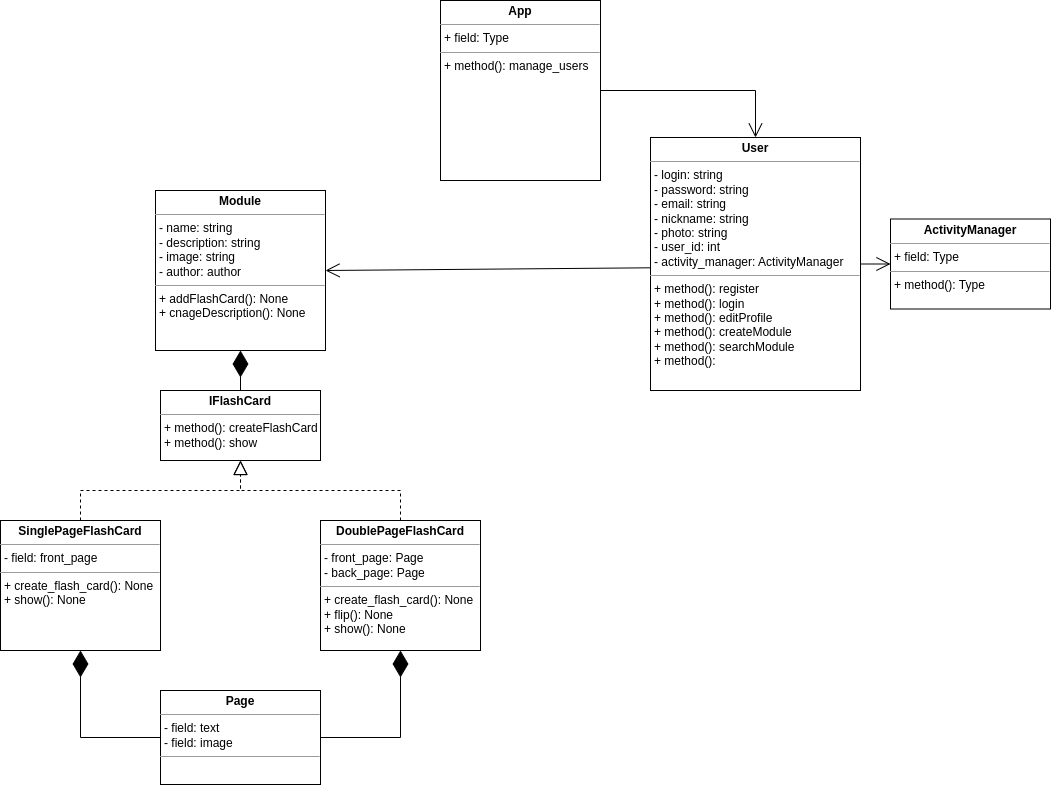
This is ProjectClassDiagram.drawio.png from andrw04/oop-project-2023, a draw.io export, as it was before one commit. Source tidied: cells renumbered, new cells last; positions are measured from the earlier drawing's top-left corner, leaving out a move shared by most shapes.
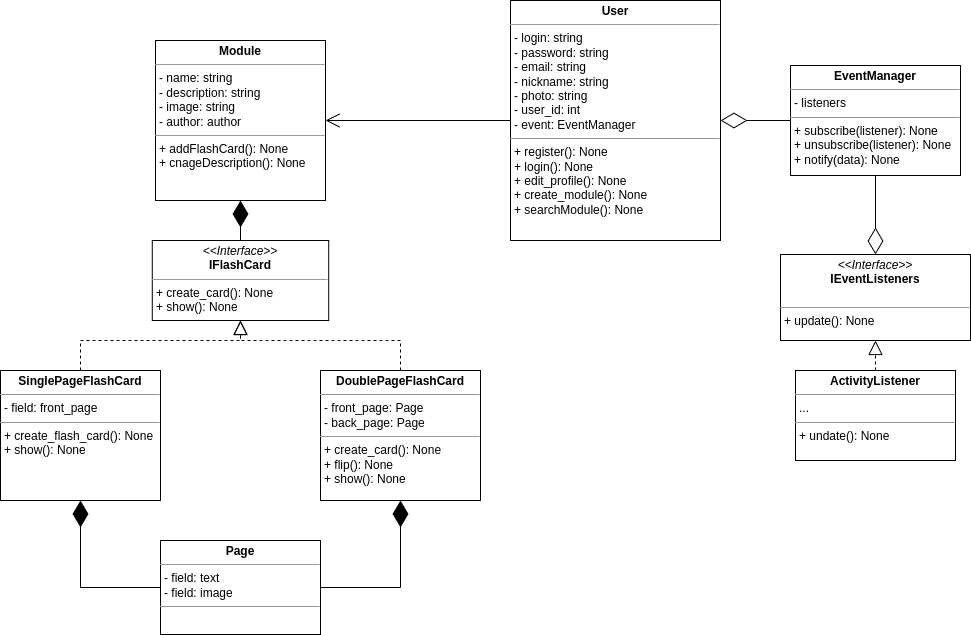
After the commit.

Commit message:
Added viewer to class-diagram

What changed in the source:
```diff
@@ -2,28 +2,22 @@
   <root>
     <mxCell id="0" />
     <mxCell id="1" parent="0" />
-    <mxCell id="2" value="&lt;p style=&quot;margin:0px;margin-top:4px;text-align:center;&quot;&gt;&lt;b&gt;IFlashCard&lt;/b&gt;&lt;/p&gt;&lt;hr size=&quot;1&quot;&gt;&lt;p style=&quot;margin:0px;margin-left:4px;&quot;&gt;+ method(): createFlashCard&lt;/p&gt;&lt;p style=&quot;margin:0px;margin-left:4px;&quot;&gt;+ method(): show&lt;/p&gt;" style="verticalAlign=top;align=left;overflow=fill;fontSize=12;fontFamily=Helvetica;html=1;whiteSpace=wrap;" parent="1" vertex="1">
-      <mxGeometry x="160" y="390" width="160" height="70" as="geometry" />
-    </mxCell>
     <mxCell id="3" value="&lt;p style=&quot;margin:0px;margin-top:4px;text-align:center;&quot;&gt;&lt;b&gt;SinglePageFlashCard&lt;/b&gt;&lt;br&gt;&lt;/p&gt;&lt;hr size=&quot;1&quot;&gt;&lt;p style=&quot;margin:0px;margin-left:4px;&quot;&gt;- field: front_page&lt;/p&gt;&lt;hr size=&quot;1&quot;&gt;&lt;p style=&quot;margin:0px;margin-left:4px;&quot;&gt;+ create_flash_card(): None&lt;/p&gt;&lt;p style=&quot;margin:0px;margin-left:4px;&quot;&gt;+ show(): None&lt;/p&gt;" style="verticalAlign=top;align=left;overflow=fill;fontSize=12;fontFamily=Helvetica;html=1;whiteSpace=wrap;" parent="1" vertex="1">
       <mxGeometry y="520" width="160" height="130" as="geometry" />
     </mxCell>
-    <mxCell id="4" value="&lt;p style=&quot;margin:0px;margin-top:4px;text-align:center;&quot;&gt;&lt;b&gt;DoublePageFlashCard&lt;/b&gt;&lt;br&gt;&lt;/p&gt;&lt;hr size=&quot;1&quot;&gt;&lt;p style=&quot;margin:0px;margin-left:4px;&quot;&gt;- front_page: Page&lt;br&gt;- back_page: Page&lt;/p&gt;&lt;hr size=&quot;1&quot;&gt;&lt;p style=&quot;margin:0px;margin-left:4px;&quot;&gt;+ create_flash_card(): None&amp;nbsp;&lt;/p&gt;&lt;p style=&quot;margin:0px;margin-left:4px;&quot;&gt;+ flip(): None&lt;/p&gt;&lt;p style=&quot;margin:0px;margin-left:4px;&quot;&gt;+ show(): None&lt;/p&gt;" style="verticalAlign=top;align=left;overflow=fill;fontSize=12;fontFamily=Helvetica;html=1;whiteSpace=wrap;" parent="1" vertex="1">
+    <mxCell id="4" value="&lt;p style=&quot;margin:0px;margin-top:4px;text-align:center;&quot;&gt;&lt;b&gt;DoublePageFlashCard&lt;/b&gt;&lt;br&gt;&lt;/p&gt;&lt;hr size=&quot;1&quot;&gt;&lt;p style=&quot;margin:0px;margin-left:4px;&quot;&gt;- front_page: Page&lt;br&gt;- back_page: Page&lt;/p&gt;&lt;hr size=&quot;1&quot;&gt;&lt;p style=&quot;margin:0px;margin-left:4px;&quot;&gt;+ create_card(): None&amp;nbsp;&lt;/p&gt;&lt;p style=&quot;margin:0px;margin-left:4px;&quot;&gt;+ flip(): None&lt;/p&gt;&lt;p style=&quot;margin:0px;margin-left:4px;&quot;&gt;+ show(): None&lt;/p&gt;" style="verticalAlign=top;align=left;overflow=fill;fontSize=12;fontFamily=Helvetica;html=1;whiteSpace=wrap;" parent="1" vertex="1">
       <mxGeometry x="320" y="520" width="160" height="130" as="geometry" />
     </mxCell>
-    <mxCell id="5" value="&lt;p style=&quot;margin:0px;margin-top:4px;text-align:center;&quot;&gt;&lt;b&gt;User&lt;/b&gt;&lt;br&gt;&lt;/p&gt;&lt;hr size=&quot;1&quot;&gt;&lt;p style=&quot;margin:0px;margin-left:4px;&quot;&gt;- login: string&lt;br&gt;- password: string&lt;/p&gt;&lt;p style=&quot;margin:0px;margin-left:4px;&quot;&gt;- email: string&lt;/p&gt;&lt;p style=&quot;margin:0px;margin-left:4px;&quot;&gt;- nickname: string&lt;/p&gt;&lt;p style=&quot;margin:0px;margin-left:4px;&quot;&gt;- photo: string&lt;br&gt;- user_id: int&lt;/p&gt;&lt;p style=&quot;margin:0px;margin-left:4px;&quot;&gt;- activity_manager: ActivityManager&lt;/p&gt;&lt;hr size=&quot;1&quot;&gt;&lt;p style=&quot;margin:0px;margin-left:4px;&quot;&gt;+ method(): register&lt;/p&gt;&lt;p style=&quot;margin:0px;margin-left:4px;&quot;&gt;+ method(): login&lt;/p&gt;&lt;p style=&quot;margin:0px;margin-left:4px;&quot;&gt;+ method(): editProfile&lt;/p&gt;&lt;p style=&quot;margin:0px;margin-left:4px;&quot;&gt;+ method(): createModule&lt;/p&gt;&lt;p style=&quot;margin:0px;margin-left:4px;&quot;&gt;+ method(): searchModule&lt;/p&gt;&lt;p style=&quot;margin:0px;margin-left:4px;&quot;&gt;+ method():&lt;/p&gt;" style="verticalAlign=top;align=left;overflow=fill;fontSize=12;fontFamily=Helvetica;html=1;whiteSpace=wrap;" parent="1" vertex="1">
-      <mxGeometry x="650" y="137" width="210" height="253" as="geometry" />
+    <mxCell id="5" value="&lt;p style=&quot;margin:0px;margin-top:4px;text-align:center;&quot;&gt;&lt;b&gt;User&lt;/b&gt;&lt;br&gt;&lt;/p&gt;&lt;hr size=&quot;1&quot;&gt;&lt;p style=&quot;margin:0px;margin-left:4px;&quot;&gt;- login: string&lt;br&gt;- password: string&lt;/p&gt;&lt;p style=&quot;margin:0px;margin-left:4px;&quot;&gt;- email: string&lt;/p&gt;&lt;p style=&quot;margin:0px;margin-left:4px;&quot;&gt;- nickname: string&lt;/p&gt;&lt;p style=&quot;margin:0px;margin-left:4px;&quot;&gt;- photo: string&lt;br&gt;- user_id: int&lt;/p&gt;&lt;p style=&quot;margin:0px;margin-left:4px;&quot;&gt;- event: EventManager&lt;/p&gt;&lt;hr size=&quot;1&quot;&gt;&lt;p style=&quot;margin:0px;margin-left:4px;&quot;&gt;+ register(): None&lt;/p&gt;&lt;p style=&quot;margin:0px;margin-left:4px;&quot;&gt;+ login(): None&lt;/p&gt;&lt;p style=&quot;margin:0px;margin-left:4px;&quot;&gt;+ edit_profile(): None&lt;/p&gt;&lt;p style=&quot;margin:0px;margin-left:4px;&quot;&gt;+ create_module(): None&lt;/p&gt;&lt;p style=&quot;margin:0px;margin-left:4px;&quot;&gt;+ searchModule(): None&lt;/p&gt;" style="verticalAlign=top;align=left;overflow=fill;fontSize=12;fontFamily=Helvetica;html=1;whiteSpace=wrap;" parent="1" vertex="1">
+      <mxGeometry x="510" y="150" width="210" height="240" as="geometry" />
     </mxCell>
-    <mxCell id="6" value="&lt;p style=&quot;margin:0px;margin-top:4px;text-align:center;&quot;&gt;&lt;b&gt;App&lt;/b&gt;&lt;br&gt;&lt;/p&gt;&lt;hr size=&quot;1&quot;&gt;&lt;p style=&quot;margin:0px;margin-left:4px;&quot;&gt;+ field: Type&lt;/p&gt;&lt;hr size=&quot;1&quot;&gt;&lt;p style=&quot;margin:0px;margin-left:4px;&quot;&gt;+ method(): manage_users&lt;/p&gt;" style="verticalAlign=top;align=left;overflow=fill;fontSize=12;fontFamily=Helvetica;html=1;whiteSpace=wrap;" parent="1" vertex="1">
-      <mxGeometry x="440" width="160" height="180" as="geometry" />
-    </mxCell>
     <mxCell id="7" value="&lt;p style=&quot;margin:0px;margin-top:4px;text-align:center;&quot;&gt;&lt;b&gt;Module&lt;/b&gt;&lt;/p&gt;&lt;hr size=&quot;1&quot;&gt;&lt;p style=&quot;margin:0px;margin-left:4px;&quot;&gt;- name: string&lt;br&gt;- description: string&lt;/p&gt;&lt;p style=&quot;margin:0px;margin-left:4px;&quot;&gt;- image: string&lt;/p&gt;&lt;p style=&quot;margin:0px;margin-left:4px;&quot;&gt;- author: author&lt;/p&gt;&lt;hr size=&quot;1&quot;&gt;&lt;p style=&quot;margin:0px;margin-left:4px;&quot;&gt;+ addFlashCard(): None&lt;/p&gt;&lt;p style=&quot;margin:0px;margin-left:4px;&quot;&gt;+ cnageDescription(): None&lt;/p&gt;" style="verticalAlign=top;align=left;overflow=fill;fontSize=12;fontFamily=Helvetica;html=1;whiteSpace=wrap;" parent="1" vertex="1">
       <mxGeometry x="155" y="190" width="170" height="160" as="geometry" />
     </mxCell>
     <mxCell id="8" value="&lt;p style=&quot;margin:0px;margin-top:4px;text-align:center;&quot;&gt;&lt;b&gt;Page&lt;/b&gt;&lt;/p&gt;&lt;hr size=&quot;1&quot;&gt;&lt;p style=&quot;margin:0px;margin-left:4px;&quot;&gt;- field: text&lt;br&gt;- field: image&lt;/p&gt;&lt;hr size=&quot;1&quot;&gt;&lt;p style=&quot;margin:0px;margin-left:4px;&quot;&gt;&lt;br&gt;&lt;/p&gt;" style="verticalAlign=top;align=left;overflow=fill;fontSize=12;fontFamily=Helvetica;html=1;whiteSpace=wrap;" parent="1" vertex="1">
       <mxGeometry x="160" y="690" width="160" height="94" as="geometry" />
     </mxCell>
-    <mxCell id="9" style="endArrow=block;dashed=1;endFill=0;endSize=12;html=1;rounded=0;exitX=0.5;exitY=0;exitDx=0;exitDy=0;entryX=0.5;entryY=1;entryDx=0;entryDy=0;" parent="1" edge="1" source="4" target="2">
+    <mxCell id="9" style="endArrow=block;dashed=1;endFill=0;endSize=12;html=1;rounded=0;exitX=0.5;exitY=0;exitDx=0;exitDy=0;entryX=0.5;entryY=1;entryDx=0;entryDy=0;" parent="1" edge="1" source="4" target="19">
       <mxGeometry relative="1" as="geometry">
         <Array as="points">
           <mxPoint x="400" y="490" />
@@ -31,7 +25,7 @@
         </Array>
       </mxGeometry>
     </mxCell>
-    <mxCell id="10" style="endArrow=block;dashed=1;endFill=0;endSize=12;html=1;rounded=0;exitX=0.5;exitY=0;exitDx=0;exitDy=0;entryX=0.5;entryY=1;entryDx=0;entryDy=0;" parent="1" edge="1" source="3" target="2">
+    <mxCell id="10" style="endArrow=block;dashed=1;endFill=0;endSize=12;html=1;rounded=0;exitX=0.5;exitY=0;exitDx=0;exitDy=0;entryX=0.5;entryY=1;entryDx=0;entryDy=0;" parent="1" edge="1" source="3" target="19">
       <mxGeometry relative="1" as="geometry">
         <Array as="points">
           <mxPoint x="80" y="490" />
@@ -39,7 +33,7 @@
         </Array>
       </mxGeometry>
     </mxCell>
-    <mxCell id="11" style="endArrow=diamondThin;endFill=1;endSize=24;html=1;rounded=0;exitX=0.5;exitY=0;exitDx=0;exitDy=0;entryX=0.5;entryY=1;entryDx=0;entryDy=0;" parent="1" edge="1" source="2" target="7">
+    <mxCell id="11" style="endArrow=diamondThin;endFill=1;endSize=24;html=1;rounded=0;exitX=0.5;exitY=0;exitDx=0;exitDy=0;entryX=0.5;entryY=1;entryDx=0;entryDy=0;" parent="1" edge="1" source="19" target="7">
       <mxGeometry relative="1" as="geometry" />
     </mxCell>
     <mxCell id="12" style="endArrow=diamondThin;endFill=1;endSize=24;html=1;rounded=0;exitX=0;exitY=0.5;exitDx=0;exitDy=0;entryX=0.5;entryY=1;entryDx=0;entryDy=0;" parent="1" edge="1" source="8" target="3">
@@ -56,21 +50,31 @@
         </Array>
       </mxGeometry>
     </mxCell>
-    <mxCell id="14" style="endArrow=open;endFill=1;endSize=12;html=1;rounded=0;entryX=1;entryY=0.5;entryDx=0;entryDy=0;exitX=0;exitY=0.515;exitDx=0;exitDy=0;exitPerimeter=0;" parent="1" edge="1" source="5" target="7">
-      <mxGeometry relative="1" as="geometry" />
+    <mxCell id="14" style="endArrow=open;endFill=1;endSize=12;html=1;rounded=0;entryX=1;entryY=0.5;entryDx=0;entryDy=0;" parent="1" edge="1" target="7">
+      <mxGeometry relative="1" as="geometry">
+        <mxPoint x="510" y="270" as="sourcePoint" />
+      </mxGeometry>
     </mxCell>
-    <mxCell id="15" style="endArrow=open;endFill=1;endSize=12;html=1;rounded=0;exitX=1;exitY=0.5;exitDx=0;exitDy=0;entryX=0.5;entryY=0;entryDx=0;entryDy=0;" parent="1" edge="1" source="6" target="5">
-      <mxGeometry relative="1" as="geometry">
-        <Array as="points">
-          <mxPoint x="755" y="90" />
-        </Array>
-      </mxGeometry>
-    </mxCell>
-    <mxCell id="16" value="&lt;p style=&quot;margin:0px;margin-top:4px;text-align:center;&quot;&gt;&lt;b&gt;ActivityManager&lt;/b&gt;&lt;/p&gt;&lt;hr size=&quot;1&quot;&gt;&lt;p style=&quot;margin:0px;margin-left:4px;&quot;&gt;+ field: Type&lt;/p&gt;&lt;hr size=&quot;1&quot;&gt;&lt;p style=&quot;margin:0px;margin-left:4px;&quot;&gt;+ method(): Type&lt;/p&gt;" style="verticalAlign=top;align=left;overflow=fill;fontSize=12;fontFamily=Helvetica;html=1;whiteSpace=wrap;" parent="1" vertex="1">
-      <mxGeometry x="890" y="218.5" width="160" height="90" as="geometry" />
-    </mxCell>
-    <mxCell id="17" style="endArrow=open;endFill=1;endSize=12;html=1;rounded=0;exitX=1;exitY=0.5;exitDx=0;exitDy=0;entryX=0;entryY=0.5;entryDx=0;entryDy=0;" parent="1" edge="1" source="5" target="16">
-      <mxGeometry relative="1" as="geometry" />
-    </mxCell>
+    <mxCell id="18" value="&lt;p style=&quot;margin:0px;margin-top:4px;text-align:center;&quot;&gt;&lt;b&gt;EventManager&lt;/b&gt;&lt;/p&gt;&lt;hr size=&quot;1&quot;&gt;&lt;p style=&quot;margin:0px;margin-left:4px;&quot;&gt;- listeners&lt;/p&gt;&lt;hr size=&quot;1&quot;&gt;&lt;p style=&quot;margin:0px;margin-left:4px;&quot;&gt;+ subscribe(listener): None&lt;/p&gt;&lt;p style=&quot;margin:0px;margin-left:4px;&quot;&gt;+ unsubscribe(listener): None&lt;/p&gt;&lt;p style=&quot;margin:0px;margin-left:4px;&quot;&gt;+ notify(data): None&lt;/p&gt;" style="verticalAlign=top;align=left;overflow=fill;fontSize=12;fontFamily=Helvetica;html=1;whiteSpace=wrap;" parent="1" vertex="1">
+      <mxGeometry x="790" y="215" width="170" height="110" as="geometry" />
+    </mxCell>
+    <mxCell id="19" value="&lt;p style=&quot;margin:0px;margin-top:4px;text-align:center;&quot;&gt;&lt;i&gt;&amp;lt;&amp;lt;Interface&amp;gt;&amp;gt;&lt;/i&gt;&lt;br&gt;&lt;b&gt;IFlashCard&lt;/b&gt;&lt;/p&gt;&lt;hr size=&quot;1&quot;&gt;&lt;p style=&quot;margin:0px;margin-left:4px;&quot;&gt;+ create_card(): None&lt;br&gt;+ show(): None&lt;/p&gt;" style="verticalAlign=top;align=left;overflow=fill;fontSize=12;fontFamily=Helvetica;html=1;whiteSpace=wrap;" parent="1" vertex="1">
+      <mxGeometry x="151.8" y="390" width="176.4" height="80" as="geometry" />
+    </mxCell>
+    <mxCell id="20" value="&lt;p style=&quot;margin:0px;margin-top:4px;text-align:center;&quot;&gt;&lt;i&gt;&amp;lt;&amp;lt;Interface&amp;gt;&amp;gt;&lt;/i&gt;&lt;br&gt;&lt;b&gt;IEventListeners&lt;/b&gt;&lt;/p&gt;&lt;p style=&quot;margin:0px;margin-left:4px;&quot;&gt;&lt;br&gt;&lt;/p&gt;&lt;hr size=&quot;1&quot;&gt;&lt;p style=&quot;margin:0px;margin-left:4px;&quot;&gt;+ update(): None&lt;/p&gt;" style="verticalAlign=top;align=left;overflow=fill;fontSize=12;fontFamily=Helvetica;html=1;whiteSpace=wrap;" parent="1" vertex="1">
+      <mxGeometry x="780" y="404" width="190" height="86" as="geometry" />
+    </mxCell>
+    <mxCell id="21" style="endArrow=diamondThin;endFill=0;endSize=24;html=1;rounded=0;exitX=0;exitY=0.5;exitDx=0;exitDy=0;entryX=1;entryY=0.5;entryDx=0;entryDy=0;" parent="1" edge="1" source="18" target="5">
+      <mxGeometry relative="1" as="geometry" />
+    </mxCell>
+    <mxCell id="22" value="&lt;p style=&quot;margin:0px;margin-top:4px;text-align:center;&quot;&gt;&lt;b&gt;ActivityListener&lt;/b&gt;&lt;/p&gt;&lt;hr size=&quot;1&quot;&gt;&lt;p style=&quot;margin:0px;margin-left:4px;&quot;&gt;...&lt;/p&gt;&lt;hr size=&quot;1&quot;&gt;&lt;p style=&quot;margin:0px;margin-left:4px;&quot;&gt;+ undate(): None&lt;/p&gt;" style="verticalAlign=top;align=left;overflow=fill;fontSize=12;fontFamily=Helvetica;html=1;whiteSpace=wrap;" parent="1" vertex="1">
+      <mxGeometry x="795" y="520" width="160" height="90" as="geometry" />
+    </mxCell>
+    <mxCell id="23" style="endArrow=block;dashed=1;endFill=0;endSize=12;html=1;rounded=0;exitX=0.5;exitY=0;exitDx=0;exitDy=0;entryX=0.5;entryY=1;entryDx=0;entryDy=0;" parent="1" edge="1" source="22" target="20">
+      <mxGeometry relative="1" as="geometry" />
+    </mxCell>
+    <mxCell id="24" style="endArrow=diamondThin;endFill=0;endSize=24;html=1;rounded=0;exitX=0.5;exitY=1;exitDx=0;exitDy=0;entryX=0.5;entryY=0;entryDx=0;entryDy=0;" parent="1" edge="1" source="18" target="20">
+      <mxGeometry relative="1" as="geometry" />
+    </mxCell>
   </root>
 </mxGraphModel>
```
